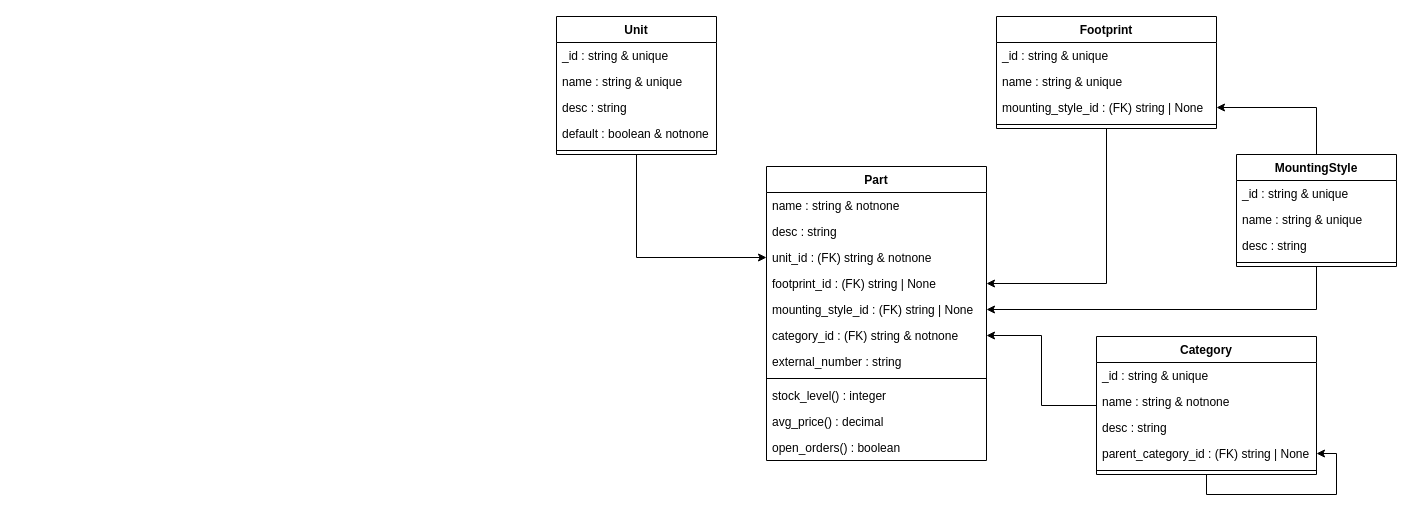
Before: docs/elements-classes.drawio in nils-ost/Inventory4Parts, a draw.io diagram. Source tidied: cells renumbered, new cells numbered last; positions are measured from the earlier drawing's top-left corner, leaving out a move shared by most shapes. Both pictures are drawn from the tidied source at 100%, with x=0, y=0 at pixel (556, 16).
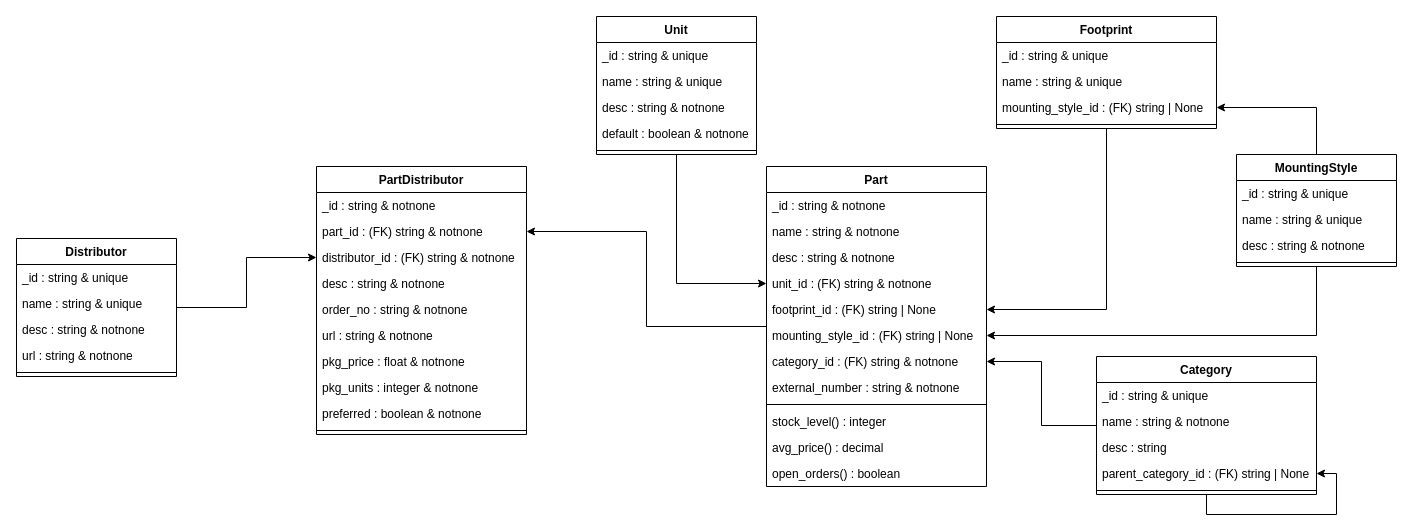
The same page after the edit.

The change refers to these unchanged cells:
```xml
<mxCell id="4" value="MountingStyle" style="swimlane;fontStyle=1;align=center;verticalAlign=top;horizontal=1;startSize=26;" parent="1" vertex="1">
  <mxGeometry x="680" y="138" width="160" height="112" as="geometry" />
</mxCell>
```

What changed in the source:
```diff
@@
-    <mxCell id="7" value="desc : string" style="text;strokeColor=none;fillColor=none;align=left;verticalAlign=top;spacingLeft=4;spacingRight=4;overflow=hidden;" parent="4" vertex="1">
+    <mxCell id="7" value="desc : string &amp; notnone" style="text;strokeColor=none;fillColor=none;align=left;verticalAlign=top;spacingLeft=4;spacingRight=4;overflow=hidden;" parent="4" vertex="1">
       <mxGeometry y="78" width="160" height="26" as="geometry" />
     </mxCell>
@@
     <mxCell id="16" value="Category" style="swimlane;fontStyle=1;align=center;verticalAlign=top;horizontal=1;startSize=26;" parent="1" vertex="1">
-      <mxGeometry x="540" y="320" width="220" height="138" as="geometry" />
+      <mxGeometry x="540" y="340" width="220" height="138" as="geometry" />
     </mxCell>
@@
     <mxCell id="24" value="Unit" style="swimlane;fontStyle=1;align=center;verticalAlign=top;horizontal=1;startSize=26;" parent="1" vertex="1">
-      <mxGeometry width="160" height="138" as="geometry" />
+      <mxGeometry x="40" width="160" height="138" as="geometry" />
     </mxCell>
@@
-    <mxCell id="27" value="desc : string" style="text;strokeColor=none;fillColor=none;align=left;verticalAlign=top;spacingLeft=4;spacingRight=4;overflow=hidden;" parent="24" vertex="1">
+    <mxCell id="27" value="desc : string &amp; notnone" style="text;strokeColor=none;fillColor=none;align=left;verticalAlign=top;spacingLeft=4;spacingRight=4;overflow=hidden;" parent="24" vertex="1">
       <mxGeometry y="78" width="160" height="26" as="geometry" />
     </mxCell>
@@
+    <mxCell id="42" style="edgeStyle=orthogonalEdgeStyle;rounded=0;jettySize=auto;html=1;" parent="1" edge="1" source="30" target="53">
+      <mxGeometry relative="1" as="geometry" />
+    </mxCell>
     <mxCell id="30" value="Part" style="swimlane;fontStyle=1;align=center;verticalAlign=top;horizontal=1;startSize=26;" parent="1" vertex="1">
-      <mxGeometry x="210" y="150" width="220" height="294" as="geometry" />
+      <mxGeometry x="210" y="150" width="220" height="320" as="geometry" />
     </mxCell>
+    <mxCell id="43" value="_id : string &amp; notnone" style="text;strokeColor=none;fillColor=none;align=left;verticalAlign=top;spacingLeft=4;spacingRight=4;overflow=hidden;" parent="30" vertex="1">
+      <mxGeometry y="26" width="220" height="26" as="geometry" />
+    </mxCell>
     <mxCell id="31" value="name : string &amp; notnone" style="text;strokeColor=none;fillColor=none;align=left;verticalAlign=top;spacingLeft=4;spacingRight=4;overflow=hidden;" parent="30" vertex="1">
-      <mxGeometry y="26" width="220" height="26" as="geometry" />
+      <mxGeometry y="52" width="220" height="26" as="geometry" />
     </mxCell>
-    <mxCell id="32" value="desc : string" style="text;strokeColor=none;fillColor=none;align=left;verticalAlign=top;spacingLeft=4;spacingRight=4;overflow=hidden;" parent="30" vertex="1">
-      <mxGeometry y="52" width="220" height="26" as="geometry" />
+    <mxCell id="32" value="desc : string &amp; notnone" style="text;strokeColor=none;fillColor=none;align=left;verticalAlign=top;spacingLeft=4;spacingRight=4;overflow=hidden;" parent="30" vertex="1">
+      <mxGeometry y="78" width="220" height="26" as="geometry" />
     </mxCell>
     <mxCell id="33" value="unit_id : (FK) string &amp; notnone" style="text;strokeColor=none;fillColor=none;align=left;verticalAlign=top;spacingLeft=4;spacingRight=4;overflow=hidden;points=[[0,0.5],[1,0.5]];portConstraint=eastwest;" parent="30" vertex="1">
-      <mxGeometry y="78" width="220" height="26" as="geometry" />
+      <mxGeometry y="104" width="220" height="26" as="geometry" />
     </mxCell>
     <mxCell id="34" value="footprint_id : (FK) string | None" style="text;strokeColor=none;fillColor=none;align=left;verticalAlign=top;spacingLeft=4;spacingRight=4;overflow=hidden;points=[[0,0.5],[1,0.5]];portConstraint=eastwest;" parent="30" vertex="1">
-      <mxGeometry y="104" width="220" height="26" as="geometry" />
+      <mxGeometry y="130" width="220" height="26" as="geometry" />
     </mxCell>
     <mxCell id="35" value="mounting_style_id : (FK) string | None" style="text;strokeColor=none;fillColor=none;align=left;verticalAlign=top;spacingLeft=4;spacingRight=4;overflow=hidden;points=[[0,0.5],[1,0.5]];portConstraint=eastwest;" parent="30" vertex="1">
-      <mxGeometry y="130" width="220" height="26" as="geometry" />
+      <mxGeometry y="156" width="220" height="26" as="geometry" />
     </mxCell>
     <mxCell id="36" value="category_id : (FK) string &amp; notnone" style="text;strokeColor=none;fillColor=none;align=left;verticalAlign=top;spacingLeft=4;spacingRight=4;overflow=hidden;points=[[0,0.5],[1,0.5]];portConstraint=eastwest;" parent="30" vertex="1">
-      <mxGeometry y="156" width="220" height="26" as="geometry" />
+      <mxGeometry y="182" width="220" height="26" as="geometry" />
     </mxCell>
-    <mxCell id="37" value="external_number : string" style="text;strokeColor=none;fillColor=none;align=left;verticalAlign=top;spacingLeft=4;spacingRight=4;overflow=hidden;" parent="30" vertex="1">
-      <mxGeometry y="182" width="220" height="26" as="geometry" />
+    <mxCell id="37" value="external_number : string &amp; notnone" style="text;strokeColor=none;fillColor=none;align=left;verticalAlign=top;spacingLeft=4;spacingRight=4;overflow=hidden;" parent="30" vertex="1">
+      <mxGeometry y="208" width="220" height="26" as="geometry" />
     </mxCell>
     <mxCell id="38" style="line;strokeWidth=1;fillColor=none;align=left;verticalAlign=middle;spacingTop=-1;spacingLeft=3;spacingRight=3;labelPosition=right;" parent="30" vertex="1">
-      <mxGeometry y="208" width="220" height="8" as="geometry" />
+      <mxGeometry y="234" width="220" height="8" as="geometry" />
     </mxCell>
     <mxCell id="39" value="stock_level() : integer" style="text;strokeColor=none;fillColor=none;align=left;verticalAlign=top;spacingLeft=4;spacingRight=4;overflow=hidden;" parent="30" vertex="1">
-      <mxGeometry y="216" width="220" height="26" as="geometry" />
+      <mxGeometry y="242" width="220" height="26" as="geometry" />
     </mxCell>
     <mxCell id="40" value="avg_price() : decimal" style="text;strokeColor=none;fillColor=none;align=left;verticalAlign=top;spacingLeft=4;spacingRight=4;overflow=hidden;" parent="30" vertex="1">
-      <mxGeometry y="242" width="220" height="26" as="geometry" />
+      <mxGeometry y="268" width="220" height="26" as="geometry" />
     </mxCell>
     <mxCell id="41" value="open_orders() : boolean" style="text;strokeColor=none;fillColor=none;align=left;verticalAlign=top;spacingLeft=4;spacingRight=4;overflow=hidden;" parent="30" vertex="1">
-      <mxGeometry y="268" width="220" height="26" as="geometry" />
+      <mxGeometry y="294" width="220" height="26" as="geometry" />
     </mxCell>
+    <mxCell id="44" style="edgeStyle=orthogonalEdgeStyle;rounded=0;jettySize=auto;html=1;" parent="1" edge="1" source="45" target="54">
+      <mxGeometry relative="1" as="geometry" />
+    </mxCell>
+    <mxCell id="45" value="Distributor" style="swimlane;fontStyle=1;align=center;verticalAlign=top;horizontal=1;startSize=26;" parent="1" vertex="1">
+      <mxGeometry x="-540" y="222" width="160" height="138" as="geometry" />
+    </mxCell>
+    <mxCell id="46" value="_id : string &amp; unique" style="text;strokeColor=none;fillColor=none;align=left;verticalAlign=top;spacingLeft=4;spacingRight=4;overflow=hidden;" parent="45" vertex="1">
+      <mxGeometry y="26" width="160" height="26" as="geometry" />
+    </mxCell>
+    <mxCell id="47" value="name : string &amp; unique" style="text;strokeColor=none;fillColor=none;align=left;verticalAlign=top;spacingLeft=4;spacingRight=4;overflow=hidden;" parent="45" vertex="1">
+      <mxGeometry y="52" width="160" height="26" as="geometry" />
+    </mxCell>
+    <mxCell id="48" value="desc : string &amp; notnone" style="text;strokeColor=none;fillColor=none;align=left;verticalAlign=top;spacingLeft=4;spacingRight=4;overflow=hidden;" parent="45" vertex="1">
+      <mxGeometry y="78" width="160" height="26" as="geometry" />
+    </mxCell>
+    <mxCell id="49" value="url : string &amp; notnone" style="text;strokeColor=none;fillColor=none;align=left;verticalAlign=top;spacingLeft=4;spacingRight=4;overflow=hidden;" parent="45" vertex="1">
+      <mxGeometry y="104" width="160" height="26" as="geometry" />
+    </mxCell>
+    <mxCell id="50" style="line;strokeWidth=1;fillColor=none;align=left;verticalAlign=middle;spacingTop=-1;spacingLeft=3;spacingRight=3;labelPosition=right;" parent="45" vertex="1">
+      <mxGeometry y="130" width="160" height="8" as="geometry" />
+    </mxCell>
+    <mxCell id="51" value="PartDistributor" style="swimlane;fontStyle=1;align=center;verticalAlign=top;horizontal=1;startSize=26;" parent="1" vertex="1">
+      <mxGeometry x="-240" y="150" width="210" height="268" as="geometry" />
+    </mxCell>
+    <mxCell id="52" value="_id : string &amp; notnone" style="text;strokeColor=none;fillColor=none;align=left;verticalAlign=top;spacingLeft=4;spacingRight=4;overflow=hidden;" parent="51" vertex="1">
+      <mxGeometry y="26" width="210" height="26" as="geometry" />
+    </mxCell>
+    <mxCell id="53" value="part_id : (FK) string &amp; notnone" style="text;strokeColor=none;fillColor=none;align=left;verticalAlign=top;spacingLeft=4;spacingRight=4;overflow=hidden;points=[[0,0.5],[1,0.5]];portConstraint=eastwest;" parent="51" vertex="1">
+      <mxGeometry y="52" width="210" height="26" as="geometry" />
+    </mxCell>
+    <mxCell id="54" value="distributor_id : (FK) string &amp; notnone" style="text;strokeColor=none;fillColor=none;align=left;verticalAlign=top;spacingLeft=4;spacingRight=4;overflow=hidden;points=[[0,0.5],[1,0.5]];portConstraint=eastwest;" parent="51" vertex="1">
+      <mxGeometry y="78" width="210" height="26" as="geometry" />
+    </mxCell>
+    <mxCell id="55" value="desc : string &amp; notnone" style="text;strokeColor=none;fillColor=none;align=left;verticalAlign=top;spacingLeft=4;spacingRight=4;overflow=hidden;" parent="51" vertex="1">
+      <mxGeometry y="104" width="210" height="26" as="geometry" />
+    </mxCell>
+    <mxCell id="56" value="order_no : string &amp; notnone" style="text;strokeColor=none;fillColor=none;align=left;verticalAlign=top;spacingLeft=4;spacingRight=4;overflow=hidden;" parent="51" vertex="1">
+      <mxGeometry y="130" width="210" height="26" as="geometry" />
+    </mxCell>
+    <mxCell id="57" value="url : string &amp; notnone" style="text;strokeColor=none;fillColor=none;align=left;verticalAlign=top;spacingLeft=4;spacingRight=4;overflow=hidden;" parent="51" vertex="1">
+      <mxGeometry y="156" width="210" height="26" as="geometry" />
+    </mxCell>
+    <mxCell id="58" value="pkg_price : float &amp; notnone" style="text;strokeColor=none;fillColor=none;align=left;verticalAlign=top;spacingLeft=4;spacingRight=4;overflow=hidden;" parent="51" vertex="1">
+      <mxGeometry y="182" width="210" height="26" as="geometry" />
+    </mxCell>
+    <mxCell id="59" value="pkg_units : integer &amp; notnone" style="text;strokeColor=none;fillColor=none;align=left;verticalAlign=top;spacingLeft=4;spacingRight=4;overflow=hidden;" parent="51" vertex="1">
+      <mxGeometry y="208" width="210" height="26" as="geometry" />
+    </mxCell>
+    <mxCell id="60" value="preferred : boolean &amp; notnone" style="text;strokeColor=none;fillColor=none;align=left;verticalAlign=top;spacingLeft=4;spacingRight=4;overflow=hidden;" parent="51" vertex="1">
+      <mxGeometry y="234" width="210" height="26" as="geometry" />
+    </mxCell>
+    <mxCell id="61" style="line;strokeWidth=1;fillColor=none;align=left;verticalAlign=middle;spacingTop=-1;spacingLeft=3;spacingRight=3;labelPosition=right;" parent="51" vertex="1">
+      <mxGeometry y="260" width="210" height="8" as="geometry" />
+    </mxCell>
```
